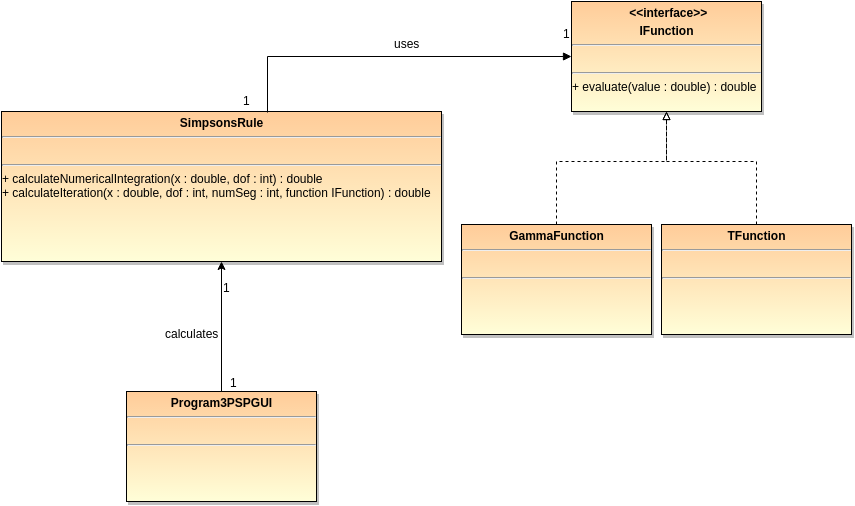
Before: TDD-Programa4PSP/resources/Programa4 - Clases.png, a diagram exported from draw.io (estebancatano/PruebasSoftware_TDD-PSP). Source tidied: cells renumbered, new cells last; positions are measured from the earlier drawing's top-left corner, leaving out a move shared by most shapes. Its diagram source:
```xml
<mxGraphModel background="#ffffff">
  <root>
    <mxCell id="0" style="html=1;" />
    <mxCell id="1" style="html=1;" parent="0" />
    <mxCell id="2" value="&lt;p style=&quot;margin: 0px ; margin-top: 4px ; text-align: center&quot;&gt;&lt;b&gt;SimpsonsRule&lt;/b&gt;&lt;/p&gt;&lt;hr&gt;&lt;p style=&quot;margin: 0px ; margin-left: 4px&quot;&gt;&lt;br&gt;&lt;/p&gt;&lt;hr&gt;&lt;div&gt;&lt;span style=&quot;line-height: 1.2&quot;&gt;+ calculateNumericalIntegration(x : double, dof : int&lt;/span&gt;&lt;span style=&quot;line-height: 1.2&quot;&gt;) : double&lt;/span&gt;&lt;/div&gt;&lt;div&gt;&lt;span style=&quot;line-height: 1.2&quot;&gt;+ calculateIteration&lt;/span&gt;&lt;span&gt;(x : double, dof : int, numSeg : int, function IFunction) : double&lt;/span&gt;&lt;/div&gt;" style="shadow=1;fillColor=#FFCC99;gradientColor=#FFFED8;verticalAlign=top;align=left;overflow=fill;fontSize=12;fontFamily=Helvetica;html=1;" parent="1" vertex="1">
      <mxGeometry y="110" width="440" height="150" as="geometry" />
    </mxCell>
    <mxCell id="3" value="&lt;p style=&quot;margin: 0px ; margin-top: 4px ; text-align: center&quot;&gt;&lt;b&gt;Program3PSPGUI&lt;/b&gt;&lt;/p&gt;&lt;hr&gt;&lt;p style=&quot;margin: 0px ; margin-left: 4px&quot;&gt;&lt;br&gt;&lt;/p&gt;&lt;hr&gt;&lt;div&gt;&lt;br&gt;&lt;/div&gt;" style="shadow=1;fillColor=#FFCC99;gradientColor=#FFFED8;verticalAlign=top;align=left;overflow=fill;fontSize=12;fontFamily=Helvetica;html=1;" parent="1" vertex="1">
      <mxGeometry x="125" y="390" width="190" height="110" as="geometry" />
    </mxCell>
    <mxCell id="4" style="edgeStyle=orthogonalEdgeStyle;elbow=vertical;rounded=0;dashed=0;endArrow=block;html=1;exitX=0.604;exitY=0.005;exitPerimeter=0;entryX=0;entryY=0.5;" parent="1" edge="1" source="2" target="12">
      <mxGeometry x="577.5" y="110" as="geometry">
        <Array as="points">
          <mxPoint x="266" y="55" />
        </Array>
      </mxGeometry>
    </mxCell>
    <mxCell id="5" value="uses" style="text;html=1;align=center;verticalAlign=middle;labelBackgroundColor=#ffffff;" parent="4" vertex="1">
      <mxGeometry relative="1" as="geometry">
        <mxPoint x="15" y="-14" as="offset" />
      </mxGeometry>
    </mxCell>
    <mxCell id="6" value="1" style="text;html=1;align=center;verticalAlign=middle;labelBackgroundColor=#ffffff;" parent="4" vertex="1">
      <mxGeometry relative="1" as="geometry">
        <mxPoint x="175" y="-24" as="offset" />
      </mxGeometry>
    </mxCell>
    <mxCell id="7" style="edgeStyle=orthogonalEdgeStyle;rounded=0;html=1;jettySize=auto;exitX=0.5;exitY=0;" parent="1" edge="1" source="3" target="2">
      <mxGeometry x="760" y="550" as="geometry" />
    </mxCell>
    <mxCell id="8" value="1" style="text;html=1;align=center;verticalAlign=middle;labelBackgroundColor=#ffffff;" parent="7" vertex="1">
      <mxGeometry relative="1" as="geometry">
        <mxPoint x="12" y="55" as="offset" />
      </mxGeometry>
    </mxCell>
    <mxCell id="9" value="1" style="text;html=1;align=center;verticalAlign=middle;labelBackgroundColor=#ffffff;" parent="7" vertex="1">
      <mxGeometry relative="1" as="geometry">
        <mxPoint x="5" y="-40" as="offset" />
      </mxGeometry>
    </mxCell>
    <mxCell id="10" value="calculates" style="text;html=1;align=left;verticalAlign=top;spacingTop=-4;" parent="1" vertex="1">
      <mxGeometry x="162" y="323" width="70" height="20" as="geometry" />
    </mxCell>
    <mxCell id="11" value="1" style="text;html=1;align=left;verticalAlign=top;spacingTop=-4;" parent="1" vertex="1">
      <mxGeometry x="240" y="90" width="20" height="20" as="geometry" />
    </mxCell>
    <mxCell id="12" value="&lt;p style=&quot;margin: 0px ; margin-top: 4px ; text-align: center&quot;&gt;&lt;b&gt;&amp;nbsp;&amp;lt;&amp;lt;interface&amp;gt;&amp;gt;&lt;/b&gt;&lt;/p&gt;&lt;p style=&quot;margin: 0px ; margin-top: 4px ; text-align: center&quot;&gt;&lt;b&gt;IFunction&lt;/b&gt;&lt;b&gt;&lt;br&gt;&lt;/b&gt;&lt;/p&gt;&lt;hr&gt;&lt;p style=&quot;margin: 0px ; margin-left: 4px&quot;&gt;&lt;br&gt;&lt;/p&gt;&lt;hr&gt;&lt;div&gt;+ evaluate(value : double) : double&lt;/div&gt;" style="shadow=1;fillColor=#FFCC99;gradientColor=#FFFED8;verticalAlign=top;align=left;overflow=fill;fontSize=12;fontFamily=Helvetica;html=1;" parent="1" vertex="1">
      <mxGeometry x="570" width="190" height="110" as="geometry" />
    </mxCell>
    <mxCell id="13" value="&lt;p style=&quot;margin: 0px ; margin-top: 4px ; text-align: center&quot;&gt;&lt;b&gt;TFunction&lt;/b&gt;&lt;/p&gt;&lt;hr&gt;&lt;p style=&quot;margin: 0px ; margin-left: 4px&quot;&gt;&lt;br&gt;&lt;/p&gt;&lt;hr&gt;&lt;div&gt;&lt;br&gt;&lt;/div&gt;" style="shadow=1;fillColor=#FFCC99;gradientColor=#FFFED8;verticalAlign=top;align=left;overflow=fill;fontSize=12;fontFamily=Helvetica;html=1;" parent="1" vertex="1">
      <mxGeometry x="660" y="223" width="190" height="110" as="geometry" />
    </mxCell>
    <mxCell id="14" style="edgeStyle=orthogonalEdgeStyle;rounded=0;html=1;jettySize=auto;dashed=1;endArrow=block;endFill=0;" parent="1" edge="1" source="13" target="12">
      <mxGeometry relative="1" as="geometry">
        <Array as="points">
          <mxPoint x="755" y="160" />
          <mxPoint x="665" y="160" />
        </Array>
      </mxGeometry>
    </mxCell>
    <mxCell id="15" value="&lt;p style=&quot;margin: 0px ; margin-top: 4px ; text-align: center&quot;&gt;&lt;b&gt;GammaFunction&lt;/b&gt;&lt;/p&gt;&lt;hr&gt;&lt;p style=&quot;margin: 0px ; margin-left: 4px&quot;&gt;&lt;br&gt;&lt;/p&gt;&lt;hr&gt;&lt;div&gt;&lt;br&gt;&lt;/div&gt;" style="shadow=1;fillColor=#FFCC99;gradientColor=#FFFED8;verticalAlign=top;align=left;overflow=fill;fontSize=12;fontFamily=Helvetica;html=1;" parent="1" vertex="1">
      <mxGeometry x="460" y="223" width="190" height="110" as="geometry" />
    </mxCell>
    <mxCell id="16" style="edgeStyle=orthogonalEdgeStyle;rounded=0;html=1;jettySize=auto;dashed=1;endArrow=block;endFill=0;exitX=0.5;exitY=0;entryX=0.5;entryY=1;" parent="1" edge="1" source="15" target="12">
      <mxGeometry x="1035" y="250" as="geometry">
        <Array as="points">
          <mxPoint x="555" y="160" />
          <mxPoint x="665" y="160" />
        </Array>
      </mxGeometry>
    </mxCell>
  </root>
</mxGraphModel>
```
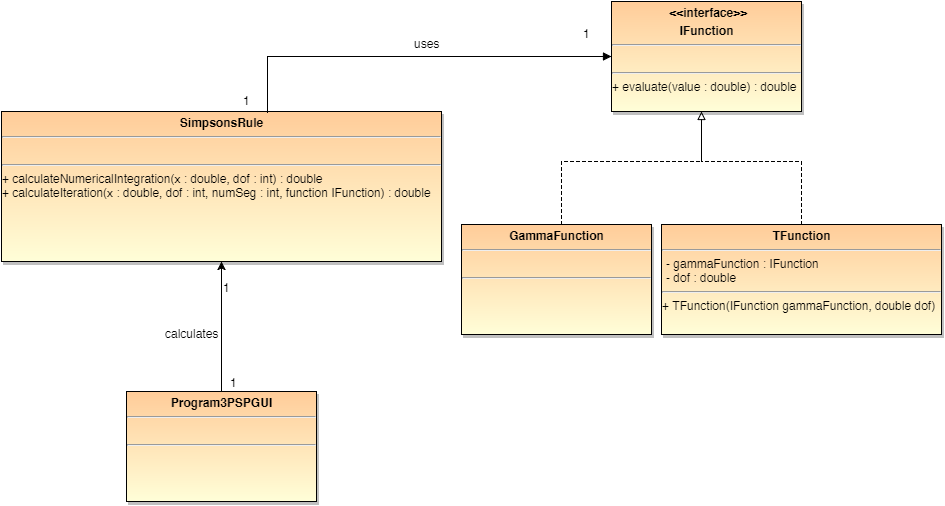
Above is the later version.

Commit message:
Actualización del modelo

Change to the diagram source:
```diff
@@ -9,7 +9,7 @@
       <mxGeometry x="125" y="390" width="190" height="110" as="geometry" />
     </mxCell>
     <mxCell id="4" style="edgeStyle=orthogonalEdgeStyle;elbow=vertical;rounded=0;dashed=0;endArrow=block;html=1;exitX=0.604;exitY=0.005;exitPerimeter=0;entryX=0;entryY=0.5;" parent="1" edge="1" source="2" target="12">
-      <mxGeometry x="577.5" y="110" as="geometry">
+      <mxGeometry x="287.5" y="100" as="geometry">
         <Array as="points">
           <mxPoint x="266" y="55" />
         </Array>
@@ -26,7 +26,7 @@
       </mxGeometry>
     </mxCell>
     <mxCell id="7" style="edgeStyle=orthogonalEdgeStyle;rounded=0;html=1;jettySize=auto;exitX=0.5;exitY=0;" parent="1" edge="1" source="3" target="2">
-      <mxGeometry x="760" y="550" as="geometry" />
+      <mxGeometry x="470" y="540" as="geometry" />
     </mxCell>
     <mxCell id="8" value="1" style="text;html=1;align=center;verticalAlign=middle;labelBackgroundColor=#ffffff;" parent="7" vertex="1">
       <mxGeometry relative="1" as="geometry">
@@ -45,29 +45,30 @@
       <mxGeometry x="240" y="90" width="20" height="20" as="geometry" />
     </mxCell>
     <mxCell id="12" value="&lt;p style=&quot;margin: 0px ; margin-top: 4px ; text-align: center&quot;&gt;&lt;b&gt;&amp;nbsp;&amp;lt;&amp;lt;interface&amp;gt;&amp;gt;&lt;/b&gt;&lt;/p&gt;&lt;p style=&quot;margin: 0px ; margin-top: 4px ; text-align: center&quot;&gt;&lt;b&gt;IFunction&lt;/b&gt;&lt;b&gt;&lt;br&gt;&lt;/b&gt;&lt;/p&gt;&lt;hr&gt;&lt;p style=&quot;margin: 0px ; margin-left: 4px&quot;&gt;&lt;br&gt;&lt;/p&gt;&lt;hr&gt;&lt;div&gt;+ evaluate(value : double) : double&lt;/div&gt;" style="shadow=1;fillColor=#FFCC99;gradientColor=#FFFED8;verticalAlign=top;align=left;overflow=fill;fontSize=12;fontFamily=Helvetica;html=1;" parent="1" vertex="1">
-      <mxGeometry x="570" width="190" height="110" as="geometry" />
+      <mxGeometry x="610" width="190" height="110" as="geometry" />
     </mxCell>
-    <mxCell id="13" value="&lt;p style=&quot;margin: 0px ; margin-top: 4px ; text-align: center&quot;&gt;&lt;b&gt;TFunction&lt;/b&gt;&lt;/p&gt;&lt;hr&gt;&lt;p style=&quot;margin: 0px ; margin-left: 4px&quot;&gt;&lt;br&gt;&lt;/p&gt;&lt;hr&gt;&lt;div&gt;&lt;br&gt;&lt;/div&gt;" style="shadow=1;fillColor=#FFCC99;gradientColor=#FFFED8;verticalAlign=top;align=left;overflow=fill;fontSize=12;fontFamily=Helvetica;html=1;" parent="1" vertex="1">
-      <mxGeometry x="660" y="223" width="190" height="110" as="geometry" />
+    <mxCell id="13" value="&lt;p style=&quot;margin: 0px ; margin-top: 4px ; text-align: center&quot;&gt;&lt;b&gt;TFunction&lt;/b&gt;&lt;/p&gt;&lt;hr&gt;&lt;p style=&quot;margin: 0px ; margin-left: 4px&quot;&gt;- gammaFunction :&amp;nbsp;&lt;span&gt;IFunction&lt;/span&gt;&lt;/p&gt;&lt;p style=&quot;margin: 0px ; margin-left: 4px&quot;&gt;&lt;span&gt;- dof : double&lt;/span&gt;&lt;/p&gt;&lt;hr&gt;&lt;div&gt;+ TFunction(IFunction gammaFunction, double dof)&lt;/div&gt;" style="shadow=1;fillColor=#FFCC99;gradientColor=#FFFED8;verticalAlign=top;align=left;overflow=fill;fontSize=12;fontFamily=Helvetica;html=1;" parent="1" vertex="1">
+      <mxGeometry x="660" y="223" width="280" height="110" as="geometry" />
     </mxCell>
     <mxCell id="14" style="edgeStyle=orthogonalEdgeStyle;rounded=0;html=1;jettySize=auto;dashed=1;endArrow=block;endFill=0;" parent="1" edge="1" source="13" target="12">
       <mxGeometry relative="1" as="geometry">
         <Array as="points">
-          <mxPoint x="755" y="160" />
-          <mxPoint x="665" y="160" />
+          <mxPoint x="800" y="160" />
+          <mxPoint x="700" y="160" />
         </Array>
       </mxGeometry>
     </mxCell>
+    <mxCell id="17" style="edgeStyle=orthogonalEdgeStyle;rounded=0;html=1;endArrow=none;endFill=0;jettySize=auto;dashed=1;" parent="1" edge="1" source="15">
+      <mxGeometry relative="1" as="geometry">
+        <mxPoint x="700" y="120" as="targetPoint" />
+        <Array as="points">
+          <mxPoint x="560" y="160" />
+          <mxPoint x="700" y="160" />
+        </Array>
+      </mxGeometry>
+    </mxCell>
     <mxCell id="15" value="&lt;p style=&quot;margin: 0px ; margin-top: 4px ; text-align: center&quot;&gt;&lt;b&gt;GammaFunction&lt;/b&gt;&lt;/p&gt;&lt;hr&gt;&lt;p style=&quot;margin: 0px ; margin-left: 4px&quot;&gt;&lt;br&gt;&lt;/p&gt;&lt;hr&gt;&lt;div&gt;&lt;br&gt;&lt;/div&gt;" style="shadow=1;fillColor=#FFCC99;gradientColor=#FFFED8;verticalAlign=top;align=left;overflow=fill;fontSize=12;fontFamily=Helvetica;html=1;" parent="1" vertex="1">
       <mxGeometry x="460" y="223" width="190" height="110" as="geometry" />
     </mxCell>
-    <mxCell id="16" style="edgeStyle=orthogonalEdgeStyle;rounded=0;html=1;jettySize=auto;dashed=1;endArrow=block;endFill=0;exitX=0.5;exitY=0;entryX=0.5;entryY=1;" parent="1" edge="1" source="15" target="12">
-      <mxGeometry x="1035" y="250" as="geometry">
-        <Array as="points">
-          <mxPoint x="555" y="160" />
-          <mxPoint x="665" y="160" />
-        </Array>
-      </mxGeometry>
-    </mxCell>
   </root>
 </mxGraphModel>
```
